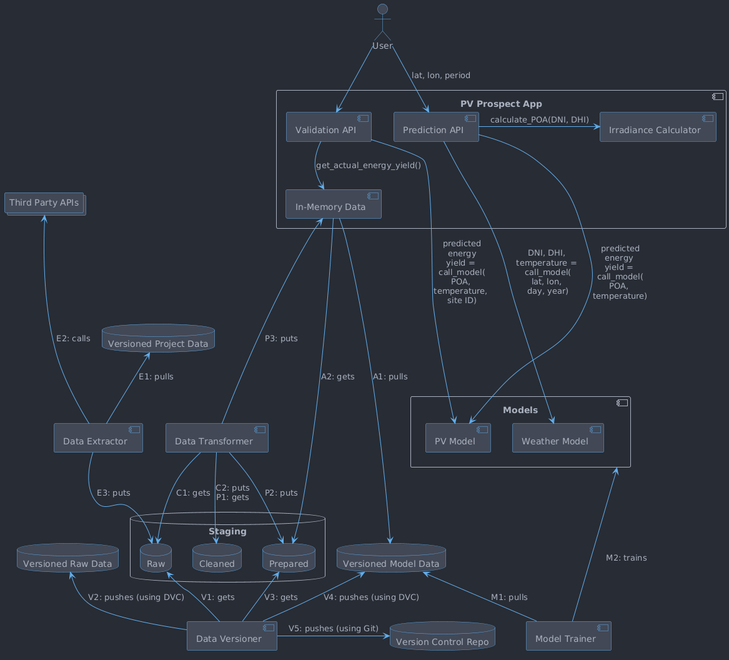
Above: doc/architecture.png in rjferrier/pv-prospect (PlantUML), before the change.
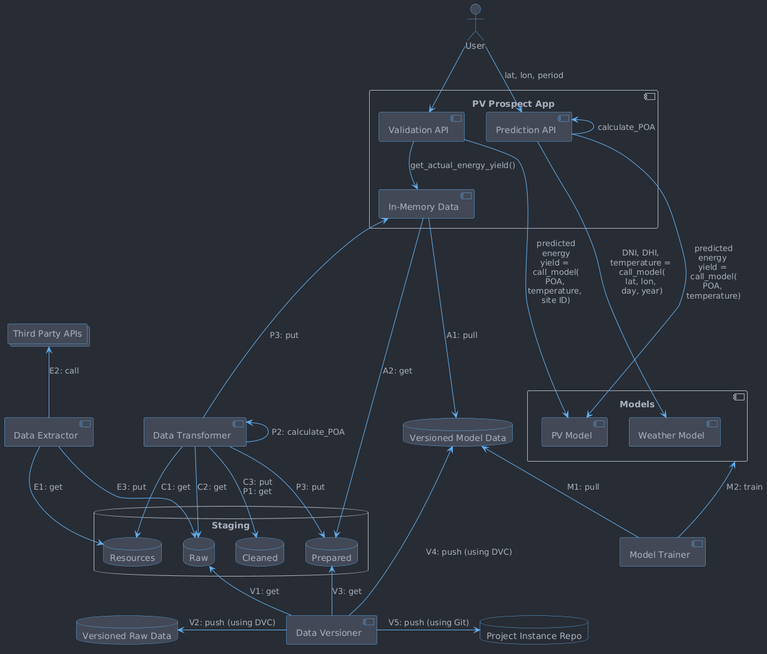
The same file after the commit.

The edit, as a diff of the source:
```diff
@@ -5,16 +5,14 @@
 collections "Third Party APIs" as ThirdPartyAPIs
 
 database "Staging" as Staging {
+  database "Resources" as StagingResources
   database "Raw" as StagingRaw
   database "Cleaned" as StagingCleaned
   database "Prepared" as StagingPrepared
 }
 
 database "Versioned Raw Data" as VersionedRawData
-database "Versioned Project Data" as VersionedProjectData
 database "Versioned Model Data" as VersionedModelData
-
-VersionedRawData -[hidden]> VersionedModelData
 
 component "Data Extractor" as DataExtractor
 component "Data Transformer" as DataTransformer
@@ -29,49 +27,50 @@
 component "PV Prospect App" as PvProspectApp {
   component "Prediction API" as PredictionApi
   component "Validation API" as ValidationApi
-  component "Irradiance Calculator" as IrradianceCalculator
   component "In-Memory Data" as InMemoryData
 }
 
 component "Data Versioner" as DataVersioner
-database "Version Control Repo" as VCRepo
+database "Project Instance Repo" as ProjectInstanceRepo #transparent
 
 actor User
+
 
 User --> ValidationApi
 User --> PredictionApi : lat, lon, period
 
 PredictionApi ---> WeatherModel : DNI, DHI, \ntemperature = \ncall_model(\nlat, lon, \nday, year)
-PredictionApi -> IrradianceCalculator : calculate_POA(DNI, DHI)
+PredictionApi <- PredictionApi : calculate_POA
 PredictionApi ----> PvModel : predicted\nenergy \nyield = \ncall_model(\nPOA, \ntemperature)
 
 ValidationApi --> PvModel : predicted\nenergy\nyield = \ncall_model(\nPOA, \ntemperature, \nsite ID)
 ValidationApi --> InMemoryData : get_actual_energy_yield()
 
-VersionedModelData <-- ModelTrainer : M1: pulls
-Models <-- ModelTrainer : M2: trains
+VersionedModelData <-- ModelTrainer : M1: pull
+Models <-- ModelTrainer : M2: train
 
-ThirdPartyAPIs <--- DataExtractor : E2: calls
+ThirdPartyAPIs <-- DataExtractor : E2: call
 
-VersionedProjectData <-- DataExtractor: E1: pulls
-DataExtractor --> StagingRaw : E3: puts
+StagingResources <-- DataExtractor: E1: get
+DataExtractor --> StagingRaw : E3: put
 
-VersionedProjectData <-[hidden]- DataTransformer
-DataTransformer --> StagingRaw : C1: gets
-DataTransformer --> StagingCleaned : C2: puts\nP1: gets
-DataTransformer --> StagingPrepared : P2: puts
+DataTransformer --> StagingResources : C1: get
+DataTransformer --> StagingRaw : C2: get
+DataTransformer --> StagingCleaned : C3: put\nP1: get
+DataTransformer <- DataTransformer : P2: calculate_POA
+DataTransformer --> StagingPrepared : P3: put
 StagingCleaned -[hidden]> StagingPrepared
 
-InMemoryData <--- DataTransformer : P3: puts
+InMemoryData <--- DataTransformer : P3: put
 
-StagingRaw <-- DataVersioner : V1: gets
-DataVersioner -> VersionedRawData : V2: pushes (using DVC)
+StagingRaw <-- DataVersioner : V1: get
+VersionedRawData <- DataVersioner : V2: push (using DVC)
 
-StagingPrepared <-- DataVersioner : V3: gets
-VersionedModelData <-- DataVersioner : V4: pushes (using DVC)
-DataVersioner -> VCRepo : V5: pushes (using Git)
+StagingPrepared <-- DataVersioner : V3: get
+VersionedModelData <-- DataVersioner : V4: push (using DVC)
+DataVersioner -> ProjectInstanceRepo : V5: push (using Git)
 
-InMemoryData ---> VersionedModelData : A1: pulls
-InMemoryData ---> StagingPrepared : A2: gets
+InMemoryData ---> VersionedModelData : A1: pull
+InMemoryData ---> StagingPrepared : A2: get
 
 @enduml
```
